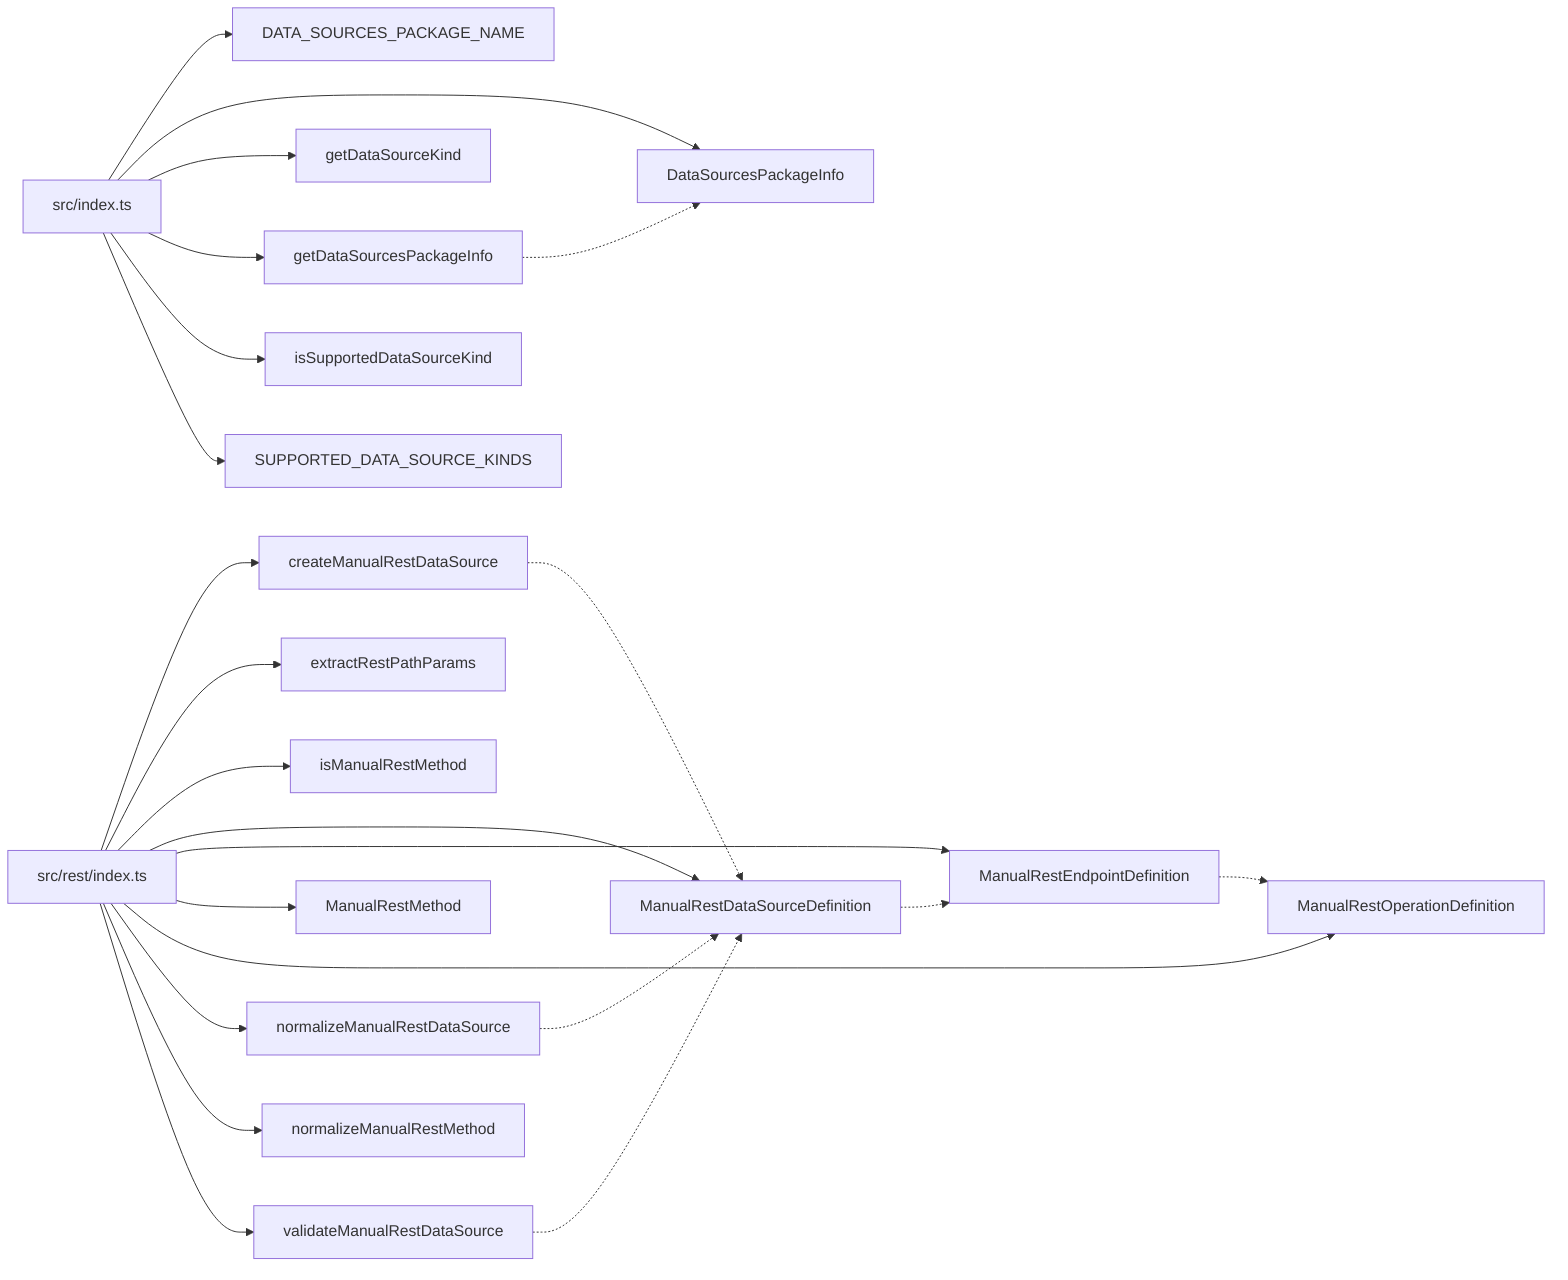
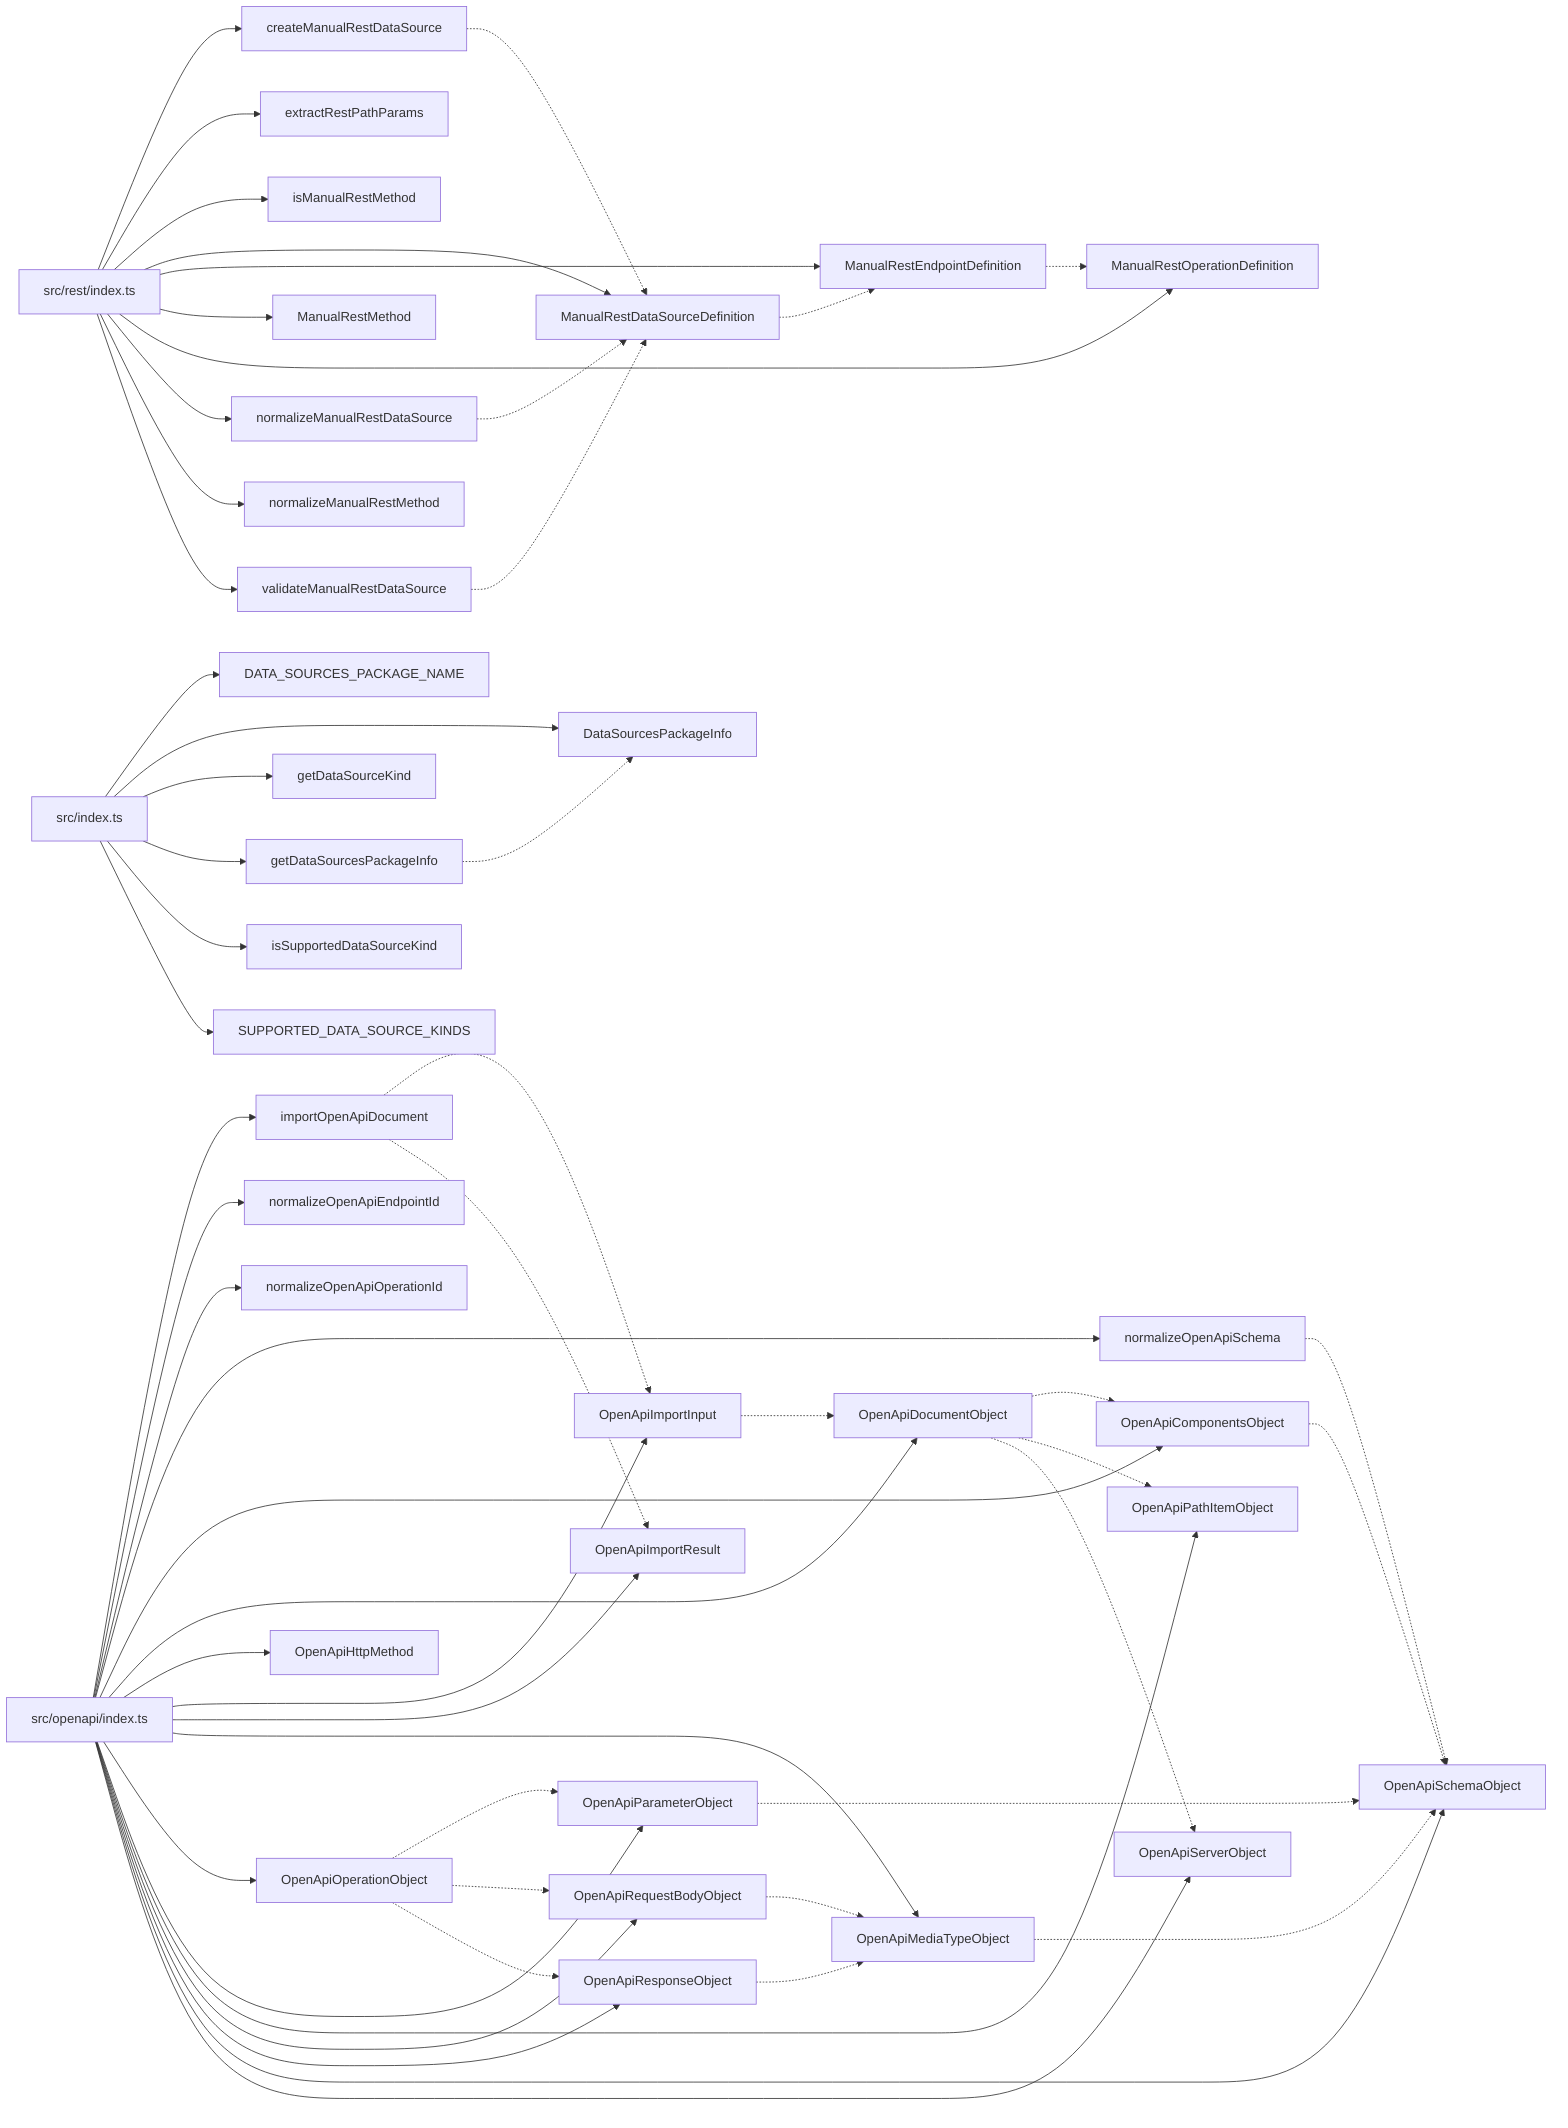
graph LR
  module_src_index_ts["src/index.ts"]
+   module_src_openapi_index_ts["src/openapi/index.ts"]
  module_src_rest_index_ts["src/rest/index.ts"]
  export_createManualRestDataSource["createManualRestDataSource"]
  module_src_rest_index_ts --> export_createManualRestDataSource
  export_createManualRestDataSource -.-> export_ManualRestDataSourceDefinition
  export_DATA_SOURCES_PACKAGE_NAME["DATA_SOURCES_PACKAGE_NAME"]
  module_src_index_ts --> export_DATA_SOURCES_PACKAGE_NAME
  export_DataSourcesPackageInfo["DataSourcesPackageInfo"]
  module_src_index_ts --> export_DataSourcesPackageInfo
  export_extractRestPathParams["extractRestPathParams"]
  module_src_rest_index_ts --> export_extractRestPathParams
  export_getDataSourceKind["getDataSourceKind"]
  module_src_index_ts --> export_getDataSourceKind
  export_getDataSourcesPackageInfo["getDataSourcesPackageInfo"]
  module_src_index_ts --> export_getDataSourcesPackageInfo
  export_getDataSourcesPackageInfo -.-> export_DataSourcesPackageInfo
+   export_importOpenApiDocument["importOpenApiDocument"]
+   module_src_openapi_index_ts --> export_importOpenApiDocument
+   export_importOpenApiDocument -.-> export_OpenApiImportInput
+   export_importOpenApiDocument -.-> export_OpenApiImportResult
  export_isManualRestMethod["isManualRestMethod"]
  module_src_rest_index_ts --> export_isManualRestMethod
  export_isSupportedDataSourceKind["isSupportedDataSourceKind"]
  module_src_index_ts --> export_isSupportedDataSourceKind
  export_ManualRestDataSourceDefinition["ManualRestDataSourceDefinition"]
  module_src_rest_index_ts --> export_ManualRestDataSourceDefinition
  export_ManualRestDataSourceDefinition -.-> export_ManualRestEndpointDefinition
  export_ManualRestEndpointDefinition["ManualRestEndpointDefinition"]
  module_src_rest_index_ts --> export_ManualRestEndpointDefinition
  export_ManualRestEndpointDefinition -.-> export_ManualRestOperationDefinition
  export_ManualRestMethod["ManualRestMethod"]
  module_src_rest_index_ts --> export_ManualRestMethod
  export_ManualRestOperationDefinition["ManualRestOperationDefinition"]
  module_src_rest_index_ts --> export_ManualRestOperationDefinition
  export_normalizeManualRestDataSource["normalizeManualRestDataSource"]
  module_src_rest_index_ts --> export_normalizeManualRestDataSource
  export_normalizeManualRestDataSource -.-> export_ManualRestDataSourceDefinition
  export_normalizeManualRestMethod["normalizeManualRestMethod"]
  module_src_rest_index_ts --> export_normalizeManualRestMethod
+   export_normalizeOpenApiEndpointId["normalizeOpenApiEndpointId"]
+   module_src_openapi_index_ts --> export_normalizeOpenApiEndpointId
+   export_normalizeOpenApiOperationId["normalizeOpenApiOperationId"]
+   module_src_openapi_index_ts --> export_normalizeOpenApiOperationId
+   export_normalizeOpenApiSchema["normalizeOpenApiSchema"]
+   module_src_openapi_index_ts --> export_normalizeOpenApiSchema
+   export_normalizeOpenApiSchema -.-> export_OpenApiSchemaObject
+   export_OpenApiComponentsObject["OpenApiComponentsObject"]
+   module_src_openapi_index_ts --> export_OpenApiComponentsObject
+   export_OpenApiComponentsObject -.-> export_OpenApiSchemaObject
+   export_OpenApiDocumentObject["OpenApiDocumentObject"]
+   module_src_openapi_index_ts --> export_OpenApiDocumentObject
+   export_OpenApiDocumentObject -.-> export_OpenApiComponentsObject
+   export_OpenApiDocumentObject -.-> export_OpenApiPathItemObject
+   export_OpenApiDocumentObject -.-> export_OpenApiServerObject
+   export_OpenApiHttpMethod["OpenApiHttpMethod"]
+   module_src_openapi_index_ts --> export_OpenApiHttpMethod
+   export_OpenApiImportInput["OpenApiImportInput"]
+   module_src_openapi_index_ts --> export_OpenApiImportInput
+   export_OpenApiImportInput -.-> export_OpenApiDocumentObject
+   export_OpenApiImportResult["OpenApiImportResult"]
+   module_src_openapi_index_ts --> export_OpenApiImportResult
+   export_OpenApiMediaTypeObject["OpenApiMediaTypeObject"]
+   module_src_openapi_index_ts --> export_OpenApiMediaTypeObject
+   export_OpenApiMediaTypeObject -.-> export_OpenApiSchemaObject
+   export_OpenApiOperationObject["OpenApiOperationObject"]
+   module_src_openapi_index_ts --> export_OpenApiOperationObject
+   export_OpenApiOperationObject -.-> export_OpenApiParameterObject
+   export_OpenApiOperationObject -.-> export_OpenApiRequestBodyObject
+   export_OpenApiOperationObject -.-> export_OpenApiResponseObject
+   export_OpenApiParameterObject["OpenApiParameterObject"]
+   module_src_openapi_index_ts --> export_OpenApiParameterObject
+   export_OpenApiParameterObject -.-> export_OpenApiSchemaObject
+   export_OpenApiPathItemObject["OpenApiPathItemObject"]
+   module_src_openapi_index_ts --> export_OpenApiPathItemObject
+   export_OpenApiRequestBodyObject["OpenApiRequestBodyObject"]
+   module_src_openapi_index_ts --> export_OpenApiRequestBodyObject
+   export_OpenApiRequestBodyObject -.-> export_OpenApiMediaTypeObject
+   export_OpenApiResponseObject["OpenApiResponseObject"]
+   module_src_openapi_index_ts --> export_OpenApiResponseObject
+   export_OpenApiResponseObject -.-> export_OpenApiMediaTypeObject
+   export_OpenApiSchemaObject["OpenApiSchemaObject"]
+   module_src_openapi_index_ts --> export_OpenApiSchemaObject
+   export_OpenApiServerObject["OpenApiServerObject"]
+   module_src_openapi_index_ts --> export_OpenApiServerObject
  export_SUPPORTED_DATA_SOURCE_KINDS["SUPPORTED_DATA_SOURCE_KINDS"]
  module_src_index_ts --> export_SUPPORTED_DATA_SOURCE_KINDS
  export_validateManualRestDataSource["validateManualRestDataSource"]
  module_src_rest_index_ts --> export_validateManualRestDataSource
  export_validateManualRestDataSource -.-> export_ManualRestDataSourceDefinition
